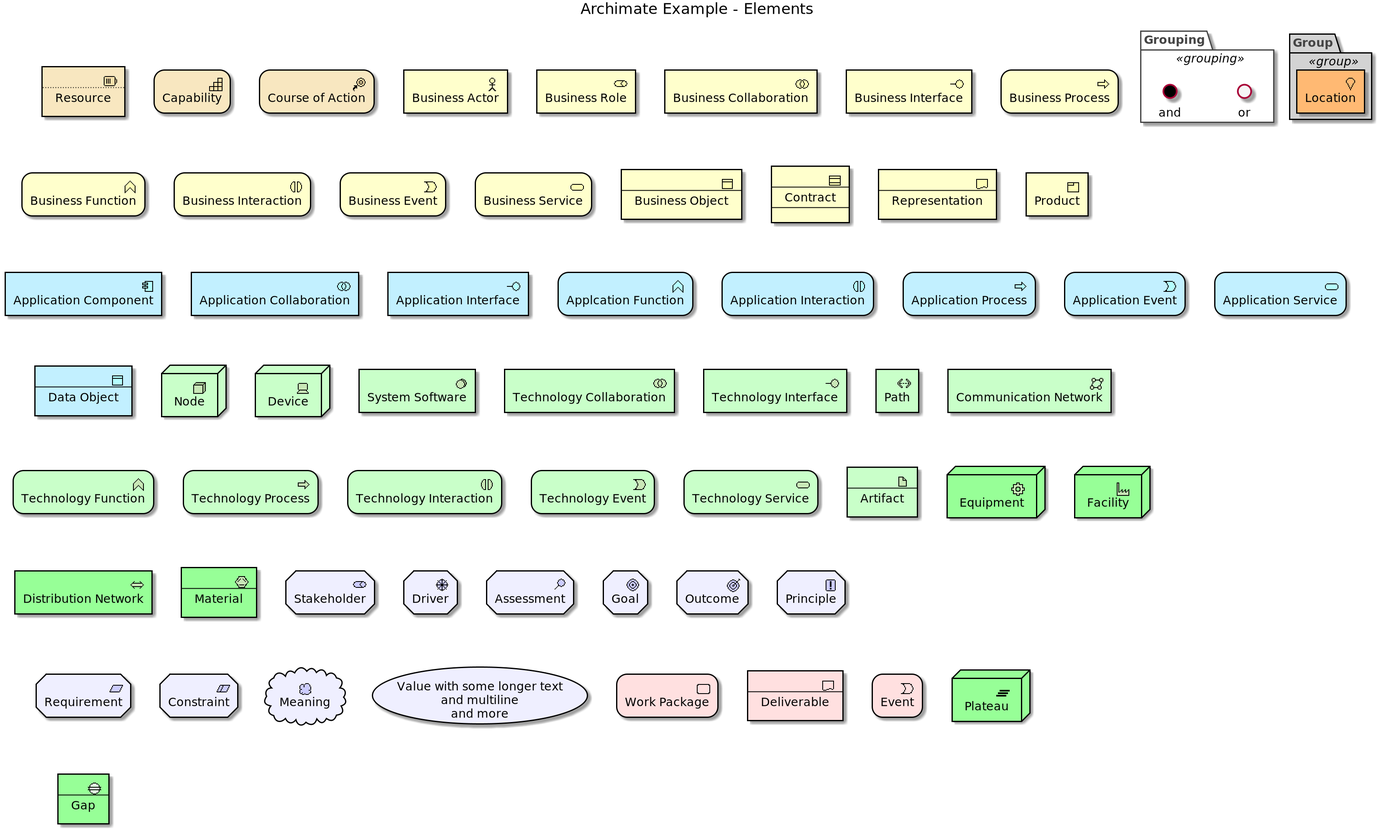
This is images/Archimate Example - Elements.png from plantuml-stdlib/Archimate-PlantUML, a PlantUML export, as it was before one commit.
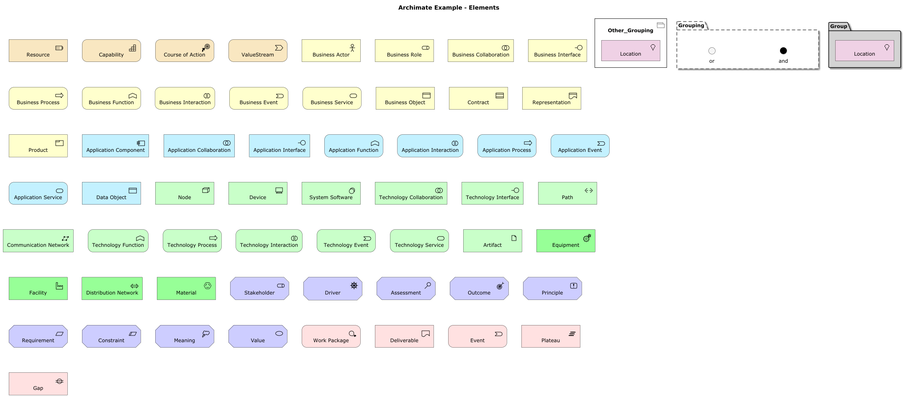
Later version of the same file.

Change to the diagram source:
```diff
@@ -1,183 +1,91 @@
-@startuml
+@startuml Sprite List
 
+!global $ARCH_LOCAL = false
+!global $ARCH_DEBUG = false
 
-skinparam defaultTextAlignment center
-skinparam wrapWidth 400
-skinparam maxMessageSize 150
-skinparam StereotypeAlignment right
-
-skinparam Arrow {
-    Color #000000
-    FontColor #000000
-    FontSize 12
-}
-skinparam Folder<<grouping>> {
-    Shadowing true
-    StereotypeFontSize 0
-    FontColor #444444
-    BorderColor #444444
-    BorderStyle dashed
-}
-skinparam Folder<<group>> {
-    Shadowing true
-    StereotypeFontSize 0
-    FontColor #444444
-    BackgroundColor lightgrey
-}
-skinparam rectangle<<boundary>> {
-    Shadowing false
-    StereotypeFontSize 0
-    FontColor #444444
-    BorderColor #444444
-    BorderStyle dashed
-}
-skinparam node {
-  StereotypeAlignment right
-}
-skinparam cloud {
-  StereotypeAlignment right
-}
-skinparam frame {
-  StereotypeAlignment right
-}
-skinparam archimate {
-  StereotypeAlignment right
-  RoundCorner<<strategy-capability>> 25
-  RoundCorner<<strategy-course-of-action>> 25
-  RoundCorner<<strategy-value-stream>> 25
-  RoundCorner<<business-process>> 25
-  RoundCorner<<business-event>> 25
-  RoundCorner<<business-function>> 25
-  RoundCorner<<business-interaction>> 25
-  RoundCorner<<business-event>> 25
-  RoundCorner<<business-service>> 25
-  RoundCorner<<application-function>> 25
-  RoundCorner<<application-interaction>> 25
-  RoundCorner<<application-process>> 25
-  RoundCorner<<application-event>> 25
-  RoundCorner<<application-service>> 25
-  RoundCorner<<technology-function>> 25
-  RoundCorner<<technology-process>> 25
-  RoundCorner<<technology-interaction>> 25
-  RoundCorner<<technology-event>> 25
-  RoundCorner<<technology-infra-service>> 25
-  RoundCorner<<implementation-workpackage>> 25
-  RoundCorner<<implementation-event>> 25
-  DiagonalCorner<<motivation-stakeholder>> 12
-  DiagonalCorner<<motivation-driver>> 12
-  DiagonalCorner<<motivation-assessment>> 12
-  DiagonalCorner<<motivation-goal>> 12
-  DiagonalCorner<<motivation-outcome>> 12
-  DiagonalCorner<<motivation-principle>> 12
-  DiagonalCorner<<motivation-requirement>> 12
-  DiagonalCorner<<motivation-constraint>> 12
-}
-skinparam usecase {
-  BorderColor #000000
-}
-
-
-
-
-
-
-
-
-
-
-
-
-
-
-
-
-
-
-
-
-
-
-
-
-
-
-
-
+!if ($ARCH_LOCAL == false)
+    !include <archimate/Archimate>
+!else
+    !$LOCAL_FOLDER = "../dist/plantuml-stdlib/stdlib/archimate"
+    !include $LOCAL_FOLDER/Archimate.puml
+!endif
 
 title Archimate Example - Elements
 
 
-archimate #STRATEGY "....\n Resource" <<strategy-resource>> as SR_01
-archimate #STRATEGY "Capability" <<strategy-capability>> as SC_01
-archimate #STRATEGY "Course of Action" <<strategy-course-of-action>> as SA_01
+Strategy_Resource(SR_01, "Resource")
+Strategy_Capability(SC_01, "Capability")
+Strategy_CourseOfAction("SA_01", "Course of Action")
+Strategy_ValueStream("SV_01", "ValueStream")
 
-archimate #BUSINESS "Business Actor" <<business-actor>> as BA_01
-archimate #BUSINESS "Business Role" <<business-role>> as BR_01
-archimate #BUSINESS "Business Collaboration" <<business-collaboration>> as BC_01
-archimate #BUSINESS "Business Interface" <<business-interface>> as BI_01
-archimate #BUSINESS "Business Process" <<business-process>> as BP_01
-archimate #BUSINESS "Business Function" <<business-function>> as BF_01
-archimate #BUSINESS "Business Interaction" <<business-interaction>> as BIt_01
-archimate #BUSINESS "Business Event" <<business-event>> as BE_01
-archimate #BUSINESS "Business Service" <<business-service>> as BS_01
-archimate #BUSINESS "----\n Business Object" <<business-object>> as BO_01
-archimate #BUSINESS "----\n Contract\n----" <<business-contract>> as BCt_01
-archimate #BUSINESS "----\n Representation" <<business-representation>> as BRep_01
-archimate #BUSINESS "Product" <<business-product>> as BPr_01
+Business_Actor(BA_01, "Business Actor")
+Business_Role(BR_01, "Business Role")
+Business_Collaboration(BC_01, "Business Collaboration")
+Business_Interface(BI_01, "Business Interface")
+Business_Process(BP_01, "Business Process")
+Business_Function(BF_01, "Business Function")
+Business_Interaction(BIt_01, "Business Interaction")
+Business_Event(BE_01, "Business Event")
+Business_Service(BS_01, "Business Service")
+Business_Object(BO_01, "Business Object")
+Business_Contract(BCt_01, "Contract")
+Business_Representation(BRep_01, "Representation")
+Business_Product(BPr_01, "Product")
 
-archimate #APPLICATION "Application Component" <<application-component>> as AC_01
-archimate #APPLICATION "Application Collaboration" <<application-collaboration>> as ACol_01
-archimate #APPLICATION "Application Interface" <<application-interface>> as AI_01
-archimate #APPLICATION "Applcation Function" <<application-function>> as AF_01
-archimate #APPLICATION "Application Interaction" <<application-interaction>> as AInt_01
-archimate #APPLICATION "Application Process" <<application-process>> as AP_01
-archimate #APPLICATION "Application Event" <<application-event>> as AE_01
-archimate #APPLICATION "Application Service" <<application-service>> as AS_01
-archimate #APPLICATION "----\n Data Object" <<application-data-object>> as AD_01
+Application_Component(AC_01, "Application Component")
+Application_Collaboration(ACol_01, "Application Collaboration")
+Application_Interface(AI_01, "Application Interface")
+Application_Function(AF_01, "Applcation Function")
+Application_Interaction(AInt_01, "Application Interaction")
+Application_Process(AP_01, "Application Process")
+Application_Event(AE_01, "Application Event")
+Application_Service(AS_01, "Application Service")
+Application_DataObject(AD_01, "Data Object")
 
+Technology_Node(TN_01, "Node")
+Technology_Device(TD_01, "Device")
+Technology_SystemSoftware(TSS_01, "System Software")
+Technology_Collaboration(TC_01, "Technology Collaboration")
+Technology_Interface(TI_01, "Technology Interface")
+Technology_Path(TP_01, "Path")
+Technology_CommunicationNetwork(TCN_01, "Communication Network")
+Technology_Function(TF_01, "Technology Function")
+Technology_Process(TPr_01, "Technology Process")
+Technology_Interaction(TInt_01, "Technology Interaction")
+Technology_Event(TE_01, "Technology Event")
+Technology_Service(TS_01, "Technology Service")
+Technology_Artifact(TA_01, "Artifact")
 
-node #TECHNOLOGY "Node" <<$archimate/technology-node>> as TN_01
-node #TECHNOLOGY "Device" <<$archimate/technology-device>> as TD_01
-archimate #TECHNOLOGY "System Software" <<technology-system-software>> as TSS_01
-archimate #TECHNOLOGY "Technology Collaboration" <<technology-collaboration>> as TC_01
-archimate #TECHNOLOGY "Technology Interface" <<technology-infra-interface>> as TI_01
-archimate #TECHNOLOGY "Path" <<technology-communication-path>> as TP_01
-archimate #TECHNOLOGY "Communication Network" <<technology-network>> as TCN_01
-archimate #TECHNOLOGY "Technology Function" <<technology-function>> as TF_01
-archimate #TECHNOLOGY "Technology Process" <<technology-process>> as TPr_01
-archimate #TECHNOLOGY "Technology Interaction" <<technology-interaction>> as TInt_01
-archimate #TECHNOLOGY "Technology Event" <<technology-event>> as TE_01
-archimate #TECHNOLOGY "Technology Service" <<technology-infra-service>> as TS_01
-archimate #TECHNOLOGY "----\n Artifact" <<technology-artifact>> as TA_01
+Physical_Equipment(PE_01, "Equipment")
+Physical_Facility(PF_01, "Facility")
+Physical_DistributionNetwork(PDN_01, "Distribution Network")
+Physical_Material(PM_01, "Material")
 
-node #PHYSICAL "Equipment" <<$archimate/physical-equipment>> as PE_01
-node #PHYSICAL "Facility" <<$archimate/physical-facility>> as PF_01
-archimate #PHYSICAL "Distribution Network" <<physical-distribution-network>> as PDN_01
-archimate #PHYSICAL "----\n Material" <<physical-material>> as PM_01
+Motivation_Stakeholder(MS_01, "Stakeholder")
+Motivation_Driver(MD_01, "Driver")
+Motivation_Assessment(MA_01, "Assessment")
+Motivation_Outcome(MO_01, "Outcome")
+Motivation_Principle(MP_01, "Principle")
+Motivation_Requirement(MR_01, "Requirement")
+Motivation_Constraint(MC_01, "Constraint")
+Motivation_Meaning(MM_01, "Meaning")
+Motivation_Value(MV_01, "Value")
 
-archimate #MOTIVATION "Stakeholder" <<motivation-stakeholder>> as MS_01
-archimate #MOTIVATION "Driver" <<motivation-driver>> as MD_01
-archimate #MOTIVATION "Assessment" <<motivation-assessment>> as MA_01
-archimate #MOTIVATION "Goal" <<motivation-goal>> as MG_01
-archimate #MOTIVATION "Outcome" <<motivation-outcome>> as MO_01
-archimate #MOTIVATION "Principle" <<motivation-principle>> as MP_01
-archimate #MOTIVATION "Requirement" <<motivation-requirement>> as MR_01
-archimate #MOTIVATION "Constraint" <<motivation-constraint>> as MC_01
-cloud #MOTIVATION "Meaning" <<$archimate/motivation-meaning>> as MM_01
-usecase #MOTIVATION "Value with some longer text\nand multiline\nand more" as MV_01
+Implementation_WorkPackage(IWP_01, "Work Package")
+Implementation_Deliverable(ID_01, "Deliverable")
+Implementation_Event(IE_01, "Event")
+Implementation_Plateau(IP_01, "Plateau")
+Implementation_Gap(IG_01, "Gap")
 
-archimate #IMPLEMENTATION "Work Package" <<implementation-workpackage>> as IWP_01
-archimate #IMPLEMENTATION "----\n Deliverable" <<implementation-deliverable>> as ID_01
-archimate #IMPLEMENTATION "Event" <<implementation-event>> as IE_01
-node #PHYSICAL "Plateau" <<$archimate/implementation-plateau>> as IP_01
-archimate #PHYSICAL "----\n Gap" <<implementation-gap>> as IG_01
-
-Folder "Grouping" <<grouping>> as G_01 {
-    circle #whitesmoke "or" as JO_01
-    circle #black "and" as JA_01
+Other_Grouping(a, "Other_Grouping"){
+    Other_Location(OL_02, "Location")
 }
-Folder "Group" <<group>> as G_02 {
-    archimate #ffb973 "Location" <<location>> as OL_01
+Grouping(G_01, "Grouping") {
+    Junction_Or(JO_01, "or")
+    Junction_And(JA_01, "and")
+}
+Group(G_02, "Group") {
+    Other_Location(OL_01, "Location")
 }
 
 @enduml
```
